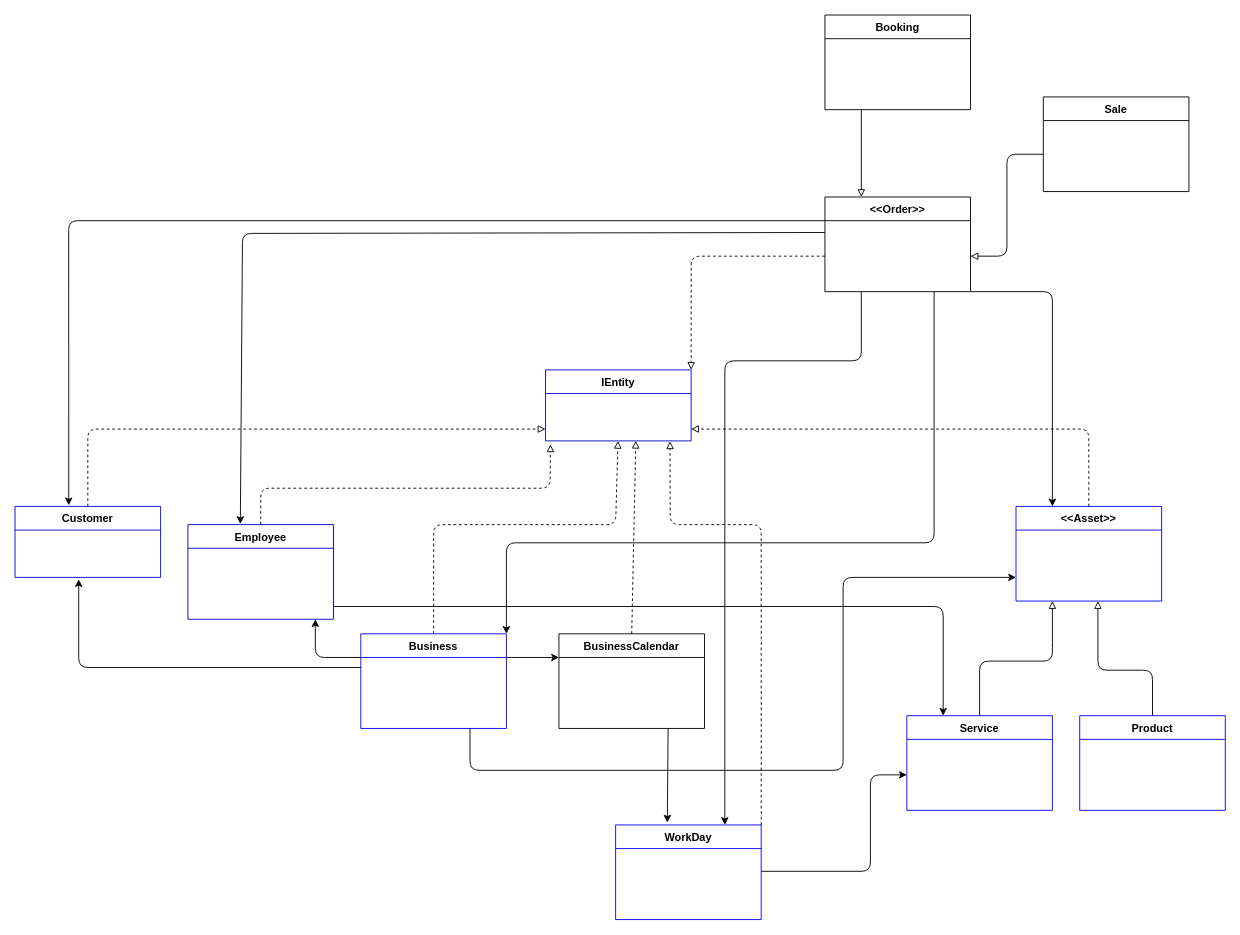
Earlier version of the draw.io diagram docs/Domain Relationship Diagram.drawio (devcicerojr/booksa). Source tidied: cells renumbered, new cells numbered last; positions are measured from the earlier drawing's top-left corner, leaving out a move shared by most shapes. Both pictures are drawn from the tidied source at 91%, with x=0, y=0 at pixel (15, 15).
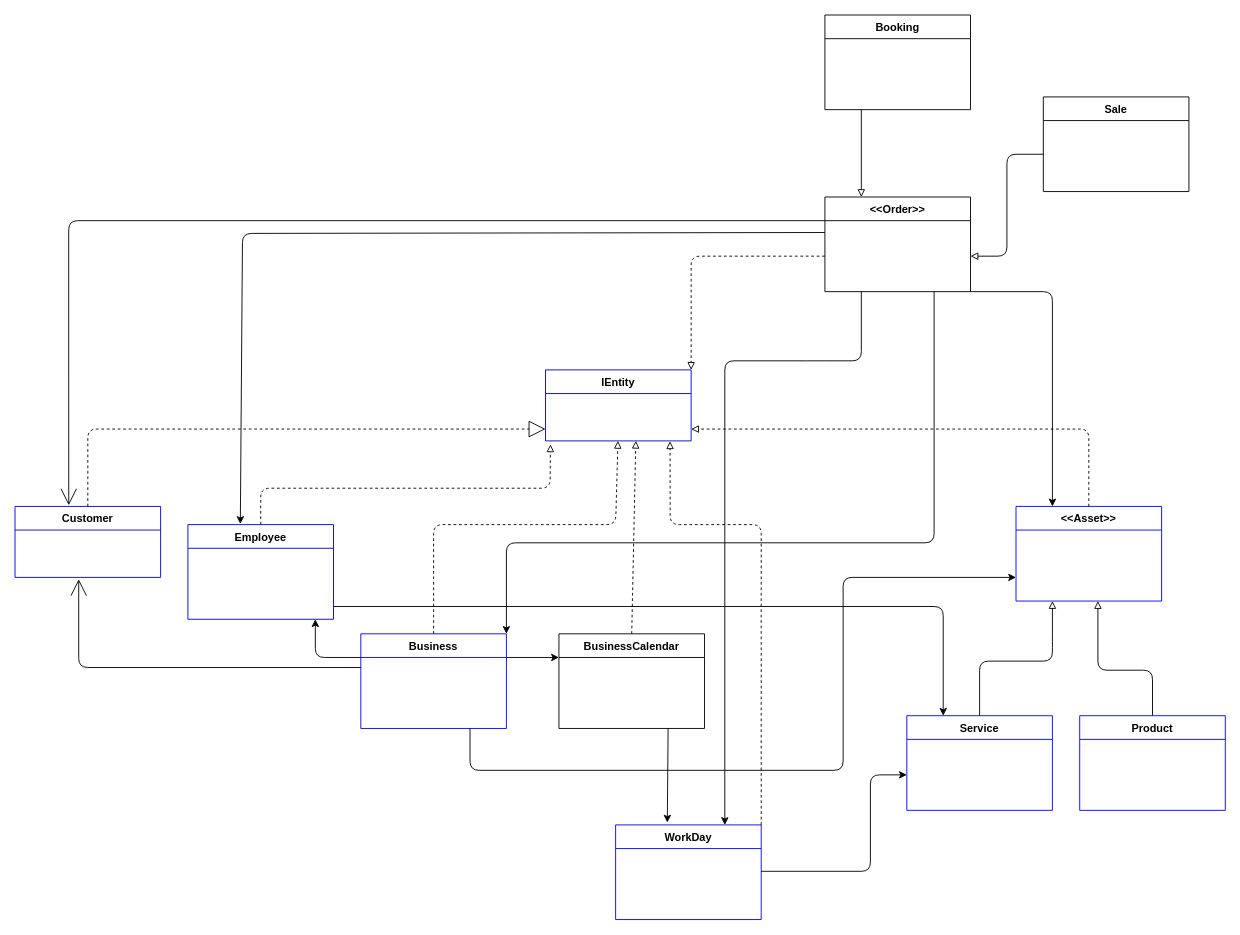
Above is the later version.

The change refers to these unchanged cells:
```xml
<mxCell id="2" value="Customer" style="swimlane;fontStyle=1;horizontal=1;startSize=26;rounded=0;shadow=0;strokeWidth=1;strokeColor=#0000CC;" parent="1" vertex="1">
  <mxGeometry y="540" width="160" height="78" as="geometry" />
</mxCell>
<mxCell id="19" value="&lt;&lt;Order&gt;&gt;" style="swimlane;fontStyle=1;horizontal=1;startSize=26;rounded=0;shadow=0;strokeWidth=1;" parent="1" vertex="1">
  <mxGeometry x="890" y="200" width="160" height="104" as="geometry" />
</mxCell>
```

Change to the diagram source:
```diff
@@
-    <mxCell id="9" style="endArrow=block;html=1;dashed=1;endFill=0;exitX=0.5;exitY=0;exitDx=0;exitDy=0;entryX=0;entryY=0.5;entryDx=0;entryDy=0;" parent="1" edge="1" source="2">
+    <mxCell id="9" style="endArrow=block;html=1;dashed=1;endFill=0;exitX=0.5;exitY=0;exitDx=0;exitDy=0;entryX=0;entryY=0.5;entryDx=0;entryDy=0;endSize=16;" parent="1" edge="1" source="2">
       <mxGeometry relative="1" as="geometry">
         <mxPoint x="583" y="455" as="targetPoint" />
         <Array as="points">
           <mxPoint x="80" y="455" />
         </Array>
       </mxGeometry>
     </mxCell>
@@
-    <mxCell id="26" style="endArrow=classic;html=1;exitX=0;exitY=0.25;exitDx=0;exitDy=0;entryX=0.369;entryY=-0.016;entryDx=0;entryDy=0;entryPerimeter=0;" parent="1" edge="1" source="19" target="2">
+    <mxCell id="26" style="endArrow=open;html=1;exitX=0;exitY=0.25;exitDx=0;exitDy=0;entryX=0.369;entryY=-0.016;entryDx=0;entryDy=0;entryPerimeter=0;endSize=16;endFill=0;" parent="1" edge="1" source="19" target="2">
       <mxGeometry relative="1" as="geometry">
         <Array as="points">
           <mxPoint x="59" y="226" />
         </Array>
       </mxGeometry>
     </mxCell>
@@
-    <mxCell id="35" style="endArrow=classic;html=1;" parent="1" edge="1">
+    <mxCell id="35" style="endArrow=open;html=1;endSize=16;endFill=0;" parent="1" edge="1">
       <mxGeometry relative="1" as="geometry">
         <mxPoint x="380" y="717" as="sourcePoint" />
         <mxPoint x="70" y="620" as="targetPoint" />
         <Array as="points">
           <mxPoint x="70" y="717" />
         </Array>
       </mxGeometry>
     </mxCell>
```
